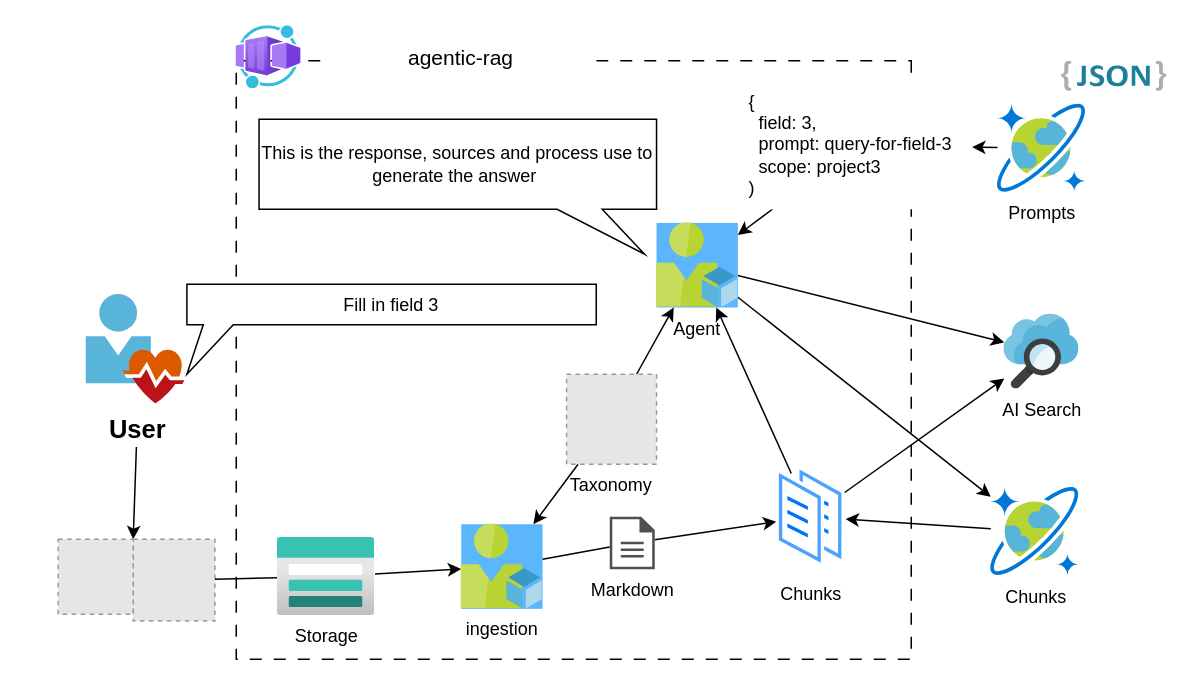
Earlier version of the draw.io diagram img/architecture.drawio (denniszielke/multi-agent-reasoning-rag). Source tidied: cells renumbered, new cells numbered last; positions are measured from the earlier drawing's top-left corner, leaving out a move shared by most shapes. Both pictures are drawn from the tidied source at 150%, with x=0, y=0 at pixel (57, 26). Pictures stored in the file or linked from it are replaced by grey dashed boxes.
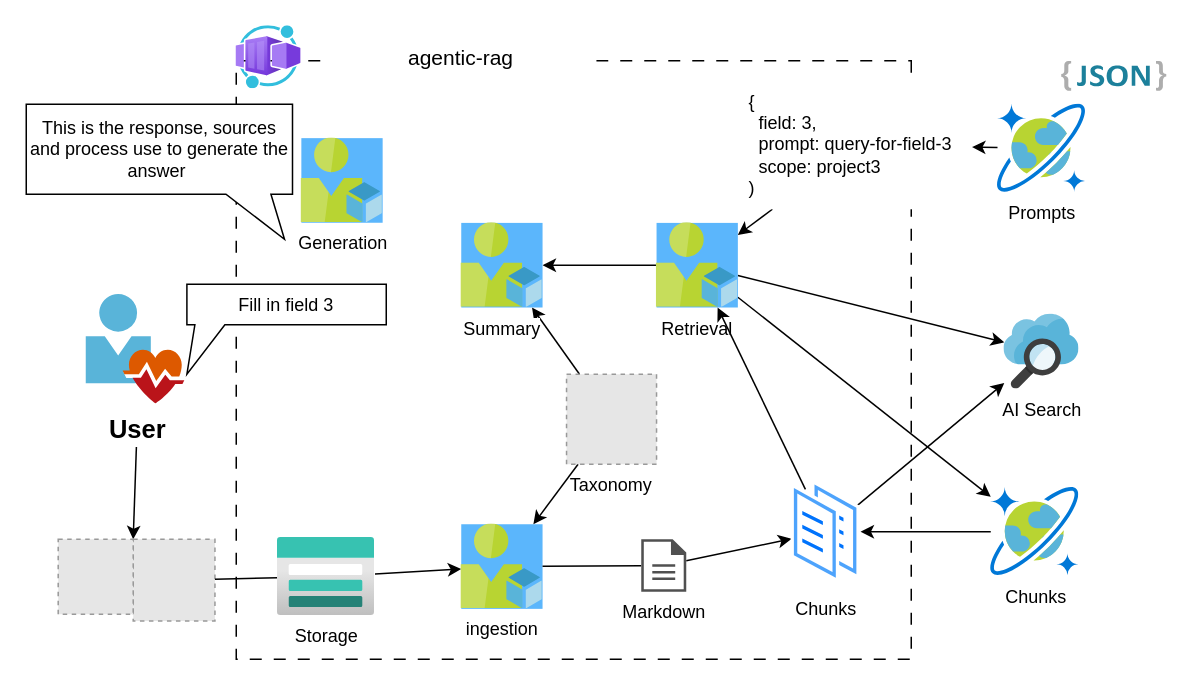
The same page after the edit.

Unchanged cells that the change refers to:
```xml
<mxCell id="23" value="Taxonomy" style="fillColor=#E6E6E6;strokeColor=#999999;dashed=1;verticalLabelPosition=bottom;verticalAlign=top;" parent="1" vertex="1">
  <mxGeometry x="339.2" y="232" width="60" height="60" as="geometry" />
</mxCell>
```

Change to the diagram source:
```diff
@@
+    <mxCell id="35" style="edgeStyle=none;html=1;" parent="1" edge="1" source="9" target="36">
+      <mxGeometry relative="1" as="geometry" />
+    </mxCell>
-    <mxCell id="9" value="Agent" style="html=1;points=[];align=center;image;fontSize=12;image=img/lib/mscae/User_Resource.svg;imageBackground=#5BB6FC;rounded=0;" parent="1" vertex="1">
+    <mxCell id="9" value="Retrieval" style="html=1;points=[];align=center;image;fontSize=12;image=img/lib/mscae/User_Resource.svg;imageBackground=#5BB6FC;rounded=0;" parent="1" vertex="1">
       <mxGeometry x="399.2" y="131.1" width="54.2" height="56.4" as="geometry" />
     </mxCell>
@@
-    <mxCell id="22" style="edgeStyle=none;html=1;" parent="1" edge="1" source="23" target="9">
+    <mxCell id="22" style="edgeStyle=none;html=1;" parent="1" edge="1" source="23" target="36">
       <mxGeometry relative="1" as="geometry" />
     </mxCell>
@@
     <mxCell id="26" value="Chunks" style="perimeter=ellipsePerimeter;html=1;align=center;shadow=0;dashed=0;spacingTop=3;image;image=img/lib/active_directory/documents.svg;" parent="1" vertex="1">
-      <mxGeometry x="479" y="292" width="46.2" height="70" as="geometry" />
+      <mxGeometry x="489" y="302" width="46.2" height="70" as="geometry" />
     </mxCell>
@@
     <mxCell id="29" value="Fill in field 3" style="shape=callout;whiteSpace=wrap;html=1;perimeter=calloutPerimeter;position2=0;size=33;position=0.04;rounded=0;" parent="1" vertex="1">
-      <mxGeometry x="86.1" y="172" width="272.9" height="60" as="geometry" />
+      <mxGeometry x="86.1" y="172" width="132.9" height="60" as="geometry" />
     </mxCell>
     <mxCell id="30" value="This is the response, sources and process use to generate the answer&amp;nbsp;" style="shape=callout;whiteSpace=wrap;html=1;perimeter=calloutPerimeter;position2=0.97;size=30;position=0.75;rounded=0;base=30;" parent="1" vertex="1">
-      <mxGeometry x="134.2" y="62" width="265" height="90" as="geometry" />
+      <mxGeometry x="-21" y="52" width="177.5" height="90" as="geometry" />
     </mxCell>
@@
     <mxCell id="34" value="Markdown" style="sketch=0;shadow=0;dashed=0;html=1;strokeColor=none;fillColor=#505050;labelPosition=center;verticalLabelPosition=bottom;verticalAlign=top;outlineConnect=0;align=center;shape=mxgraph.office.concepts.document;" parent="1" vertex="1">
-      <mxGeometry x="368" y="327" width="30" height="35" as="geometry" />
+      <mxGeometry x="389" y="342" width="30" height="35" as="geometry" />
     </mxCell>
+    <mxCell id="36" value="Summary" style="html=1;points=[];align=center;image;fontSize=12;image=img/lib/mscae/User_Resource.svg;imageBackground=#5BB6FC;rounded=0;" parent="1" vertex="1">
+      <mxGeometry x="269" y="131.1" width="54.2" height="56.4" as="geometry" />
+    </mxCell>
+    <mxCell id="37" value="Generation" style="html=1;align=center;image;fontSize=12;image=img/lib/mscae/User_Resource.svg;imageBackground=#5BB6FC;rounded=0;" parent="1" vertex="1">
+      <mxGeometry x="162.4" y="74.6" width="54.2" height="56.4" as="geometry" />
+    </mxCell>
```
